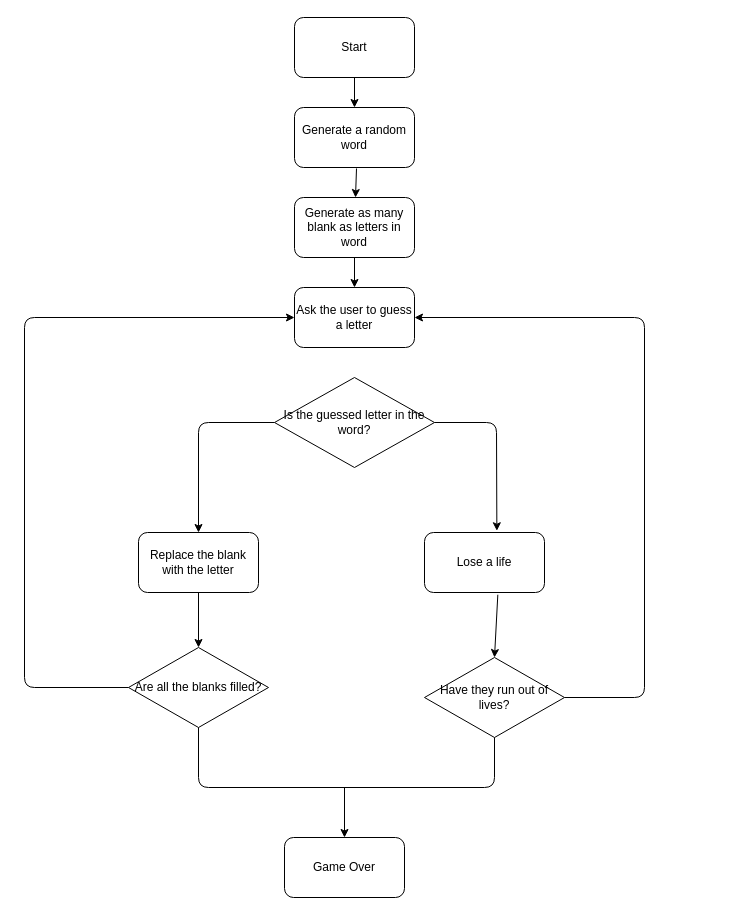
Earlier version of the draw.io diagram Hangman.drawio (ryutochogo/ryutochogo.github.io). Source tidied: cells renumbered, new cells numbered last; positions are measured from the earlier drawing's top-left corner, leaving out a move shared by most shapes. Both pictures are drawn from the tidied source at 100%, with x=0, y=0 at pixel (24, 17).
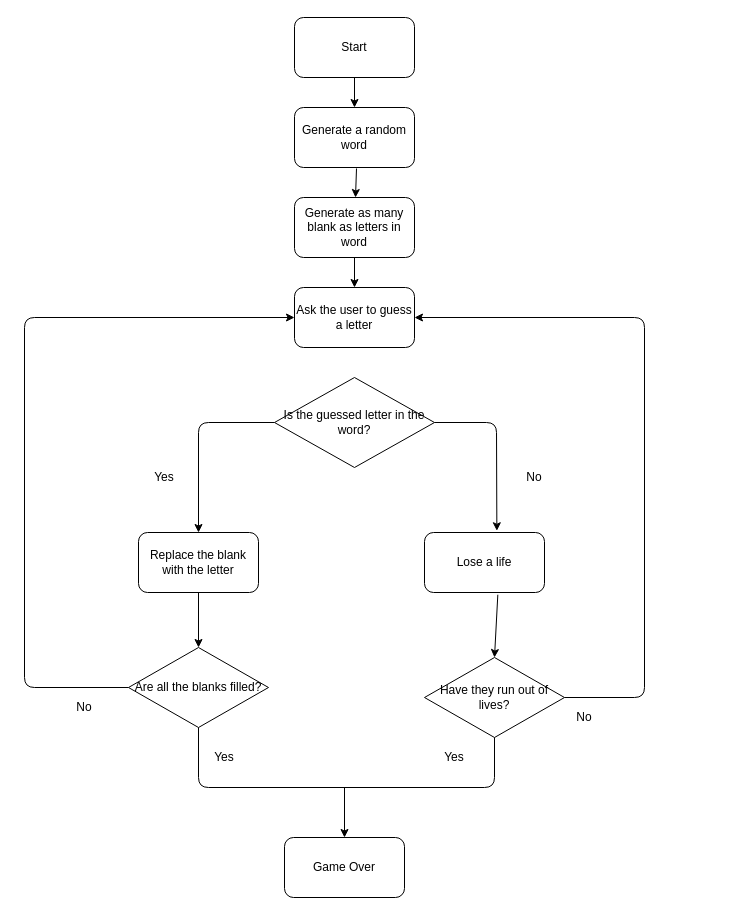
Above is the later version.

What changed in the source:
```diff
@@
+    <mxCell id="24" value="Yes" style="text;html=1;strokeColor=none;fillColor=none;align=center;verticalAlign=middle;whiteSpace=wrap;rounded=0;" parent="1" vertex="1">
+      <mxGeometry x="120" y="450" width="40" height="20" as="geometry" />
+    </mxCell>
+    <mxCell id="25" value="Yes" style="text;html=1;strokeColor=none;fillColor=none;align=center;verticalAlign=middle;whiteSpace=wrap;rounded=0;" parent="1" vertex="1">
+      <mxGeometry x="180" y="730" width="40" height="20" as="geometry" />
+    </mxCell>
+    <mxCell id="26" value="Yes" style="text;html=1;strokeColor=none;fillColor=none;align=center;verticalAlign=middle;whiteSpace=wrap;rounded=0;" parent="1" vertex="1">
+      <mxGeometry x="410" y="730" width="40" height="20" as="geometry" />
+    </mxCell>
+    <mxCell id="27" value="No" style="text;html=1;strokeColor=none;fillColor=none;align=center;verticalAlign=middle;whiteSpace=wrap;rounded=0;" parent="1" vertex="1">
+      <mxGeometry x="40" y="680" width="40" height="20" as="geometry" />
+    </mxCell>
+    <mxCell id="28" value="No" style="text;html=1;strokeColor=none;fillColor=none;align=center;verticalAlign=middle;whiteSpace=wrap;rounded=0;" parent="1" vertex="1">
+      <mxGeometry x="540" y="690" width="40" height="20" as="geometry" />
+    </mxCell>
+    <mxCell id="29" value="No" style="text;html=1;strokeColor=none;fillColor=none;align=center;verticalAlign=middle;whiteSpace=wrap;rounded=0;" parent="1" vertex="1">
+      <mxGeometry x="490" y="450" width="40" height="20" as="geometry" />
+    </mxCell>
```
